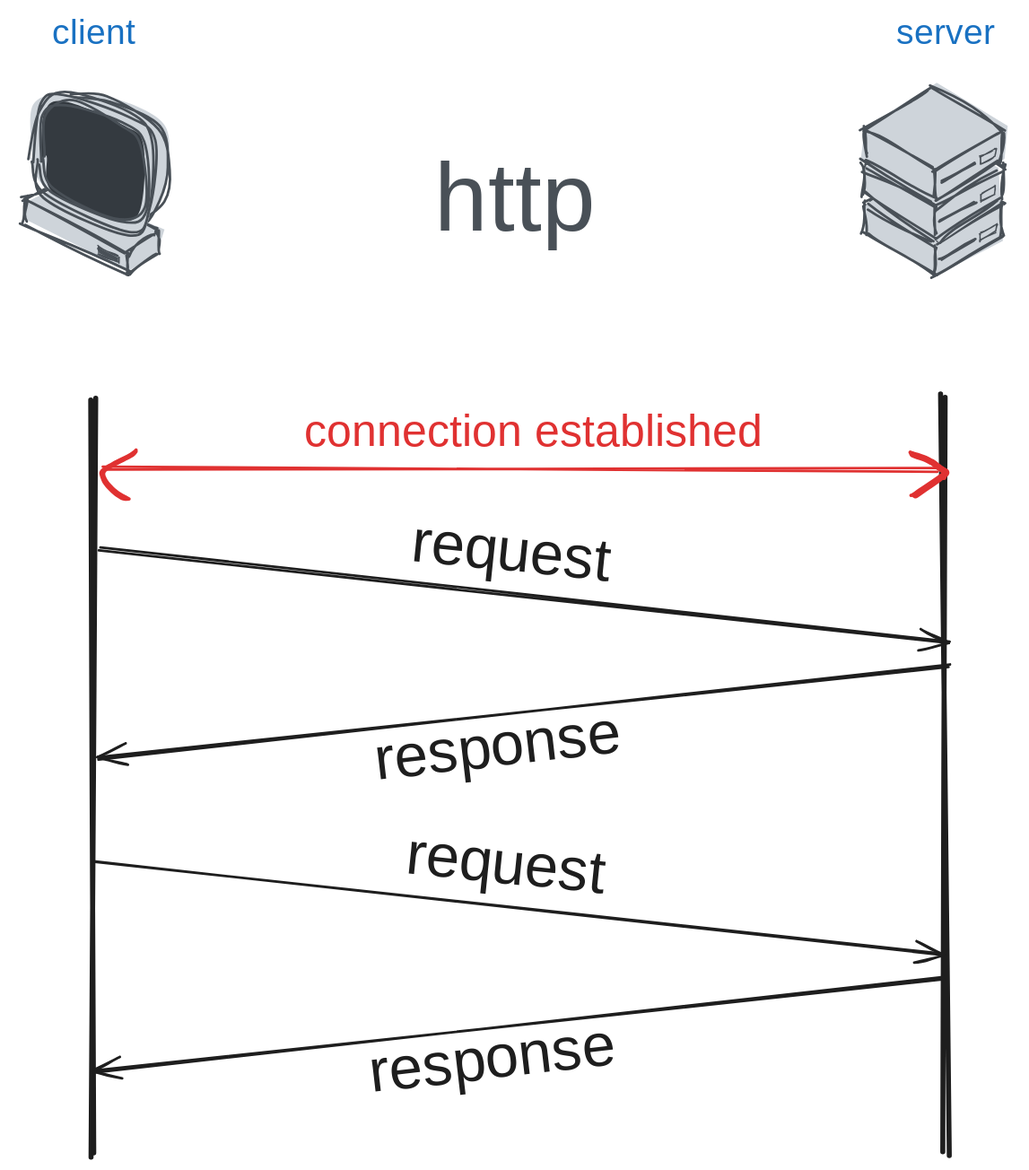
The Excalidraw diagram notebooks/media/timeline-http.excalidraw.svg in ue22-p25/backend, before a commit. Source tidied: one line per element, renumbered; positions are measured from the earlier drawing's top-left corner, leaving out a move shared by most shapes.
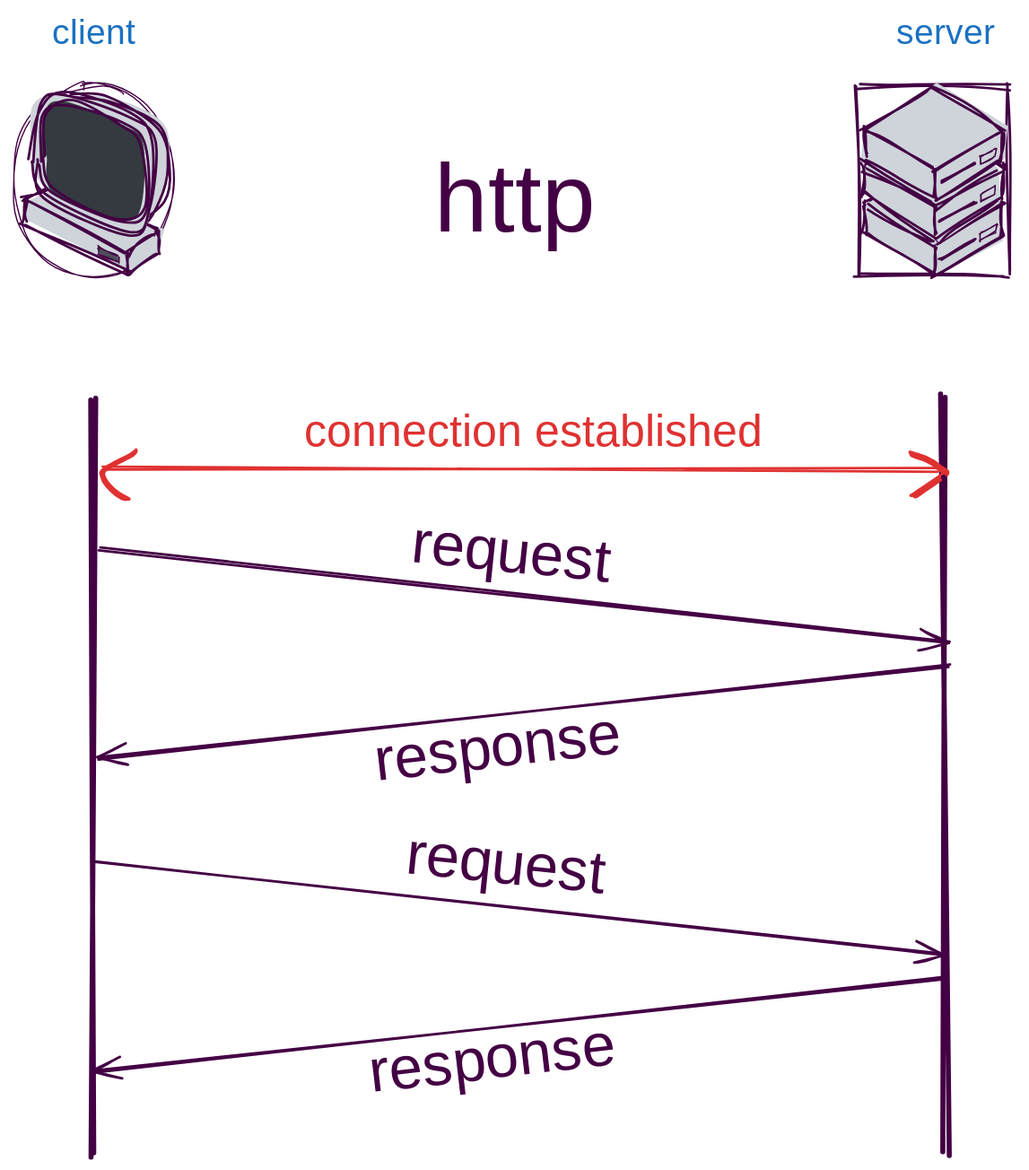
Above is the later version.

The edit, as a diff of the source:
```diff
@@ -1,42 +1,42 @@
-{"id": 0, "type": "line", "strokeColor": "#1e1e1e", "backgroundColor": "#e3fafc", "fillStyle": "cross-hatch", "strokeWidth": 4, "roughness": 2, "round": true, "x": 65, "y": 306, "width": 0, "height": 602, "points": [[0, 0], [0, 602]]}
+{"id": 0, "type": "line", "strokeColor": "#404", "backgroundColor": "#e3fafc", "fillStyle": "cross-hatch", "strokeWidth": 4, "roughness": 2, "round": true, "x": 65, "y": 306, "width": 0, "height": 602, "points": [[0, 0], [0, 602]]}
-{"id": 1, "type": "ellipse", "strokeColor": "transparent", "strokeWidth": 1, "roughness": 2, "x": 0, "y": 56, "width": 129, "height": 156}
+{"id": 1, "type": "ellipse", "strokeColor": "#404", "strokeWidth": 1, "roughness": 2, "x": 0, "y": 56, "width": 129, "height": 156}
-{"id": 2, "type": "line", "strokeColor": "#495057", "backgroundColor": "#ced4da", "fillStyle": "solid", "strokeWidth": 2, "roughness": 2, "x": 9, "y": 149, "width": 108, "height": 74, "points": [[0, 0], [0, 19], [83, 61], [107, 44], [108, 25], [28, -13], [0, 0]]}
+{"id": 2, "type": "line", "strokeColor": "#404", "backgroundColor": "#ced4da", "fillStyle": "solid", "strokeWidth": 2, "roughness": 2, "x": 9, "y": 149, "width": 108, "height": 74, "points": [[0, 0], [0, 19], [83, 61], [107, 44], [108, 25], [28, -13], [0, 0]]}
-{"id": 3, "type": "line", "strokeColor": "#495057", "backgroundColor": "#ced4da", "fillStyle": "solid", "strokeWidth": 2, "roughness": 2, "x": 11, "y": 149, "width": 104, "height": 42, "points": [[0, 0], [80, 42], [104, 24]]}
+{"id": 3, "type": "line", "strokeColor": "#404", "backgroundColor": "#ced4da", "fillStyle": "solid", "strokeWidth": 2, "roughness": 2, "x": 11, "y": 149, "width": 104, "height": 42, "points": [[0, 0], [80, 42], [104, 24]]}
-{"id": 4, "type": "line", "strokeColor": "#495057", "backgroundColor": "#ced4da", "fillStyle": "solid", "strokeWidth": 2, "roughness": 2, "x": 92, "y": 209, "width": 0, "height": 16, "points": [[0, 0], [0, -16]]}
+{"id": 4, "type": "line", "strokeColor": "#404", "backgroundColor": "#ced4da", "fillStyle": "solid", "strokeWidth": 2, "roughness": 2, "x": 92, "y": 209, "width": 0, "height": 16, "points": [[0, 0], [0, -16]]}
-{"id": 5, "type": "line", "strokeColor": "#495057", "backgroundColor": "#ced4da", "fillStyle": "solid", "strokeWidth": 2, "roughness": 2, "round": true, "x": 44, "y": 65, "width": 78, "height": 104, "points": [[0, 0], [35, 5], [72, 26], [78, 59], [75, 86], [58, 104], [42, 95], [2, 40], [1, 7]]}
+{"id": 5, "type": "line", "strokeColor": "#404", "backgroundColor": "#ced4da", "fillStyle": "solid", "strokeWidth": 2, "roughness": 2, "round": true, "x": 44, "y": 65, "width": 78, "height": 104, "points": [[0, 0], [35, 5], [72, 26], [78, 59], [75, 86], [58, 104], [42, 95], [2, 40], [1, 7]]}
-{"id": 6, "type": "line", "strokeColor": "#495057", "backgroundColor": "#ced4da", "fillStyle": "solid", "strokeWidth": 2, "roughness": 2, "round": true, "x": 17, "y": 118, "width": 96, "height": 111, "points": [[0, 0], [9, 28], [75, 58], [95, 40], [96, -16], [77, -34], [27, -53], [4, -43], [0, 0]]}
+{"id": 6, "type": "line", "strokeColor": "#404", "backgroundColor": "#ced4da", "fillStyle": "solid", "strokeWidth": 2, "roughness": 2, "round": true, "x": 17, "y": 118, "width": 96, "height": 111, "points": [[0, 0], [9, 28], [75, 58], [95, 40], [96, -16], [77, -34], [27, -53], [4, -43], [0, 0]]}
-{"id": 7, "type": "line", "strokeColor": "#495057", "backgroundColor": "#343a40", "fillStyle": "solid", "strokeWidth": 2, "roughness": 2, "round": true, "x": 23, "y": 117, "width": 81, "height": 93, "points": [[0, 0], [7, 24], [60, 48], [81, 38], [81, -10], [65, -29], [23, -45], [3, -36], [0, 0]]}
+{"id": 7, "type": "line", "strokeColor": "#404", "backgroundColor": "#343a40", "fillStyle": "solid", "strokeWidth": 2, "roughness": 2, "round": true, "x": 23, "y": 117, "width": 81, "height": 93, "points": [[0, 0], [7, 24], [60, 48], [81, 38], [81, -10], [65, -29], [23, -45], [3, -36], [0, 0]]}
-{"id": 8, "type": "line", "strokeColor": "#495057", "backgroundColor": "#495057", "fillStyle": "solid", "strokeWidth": 1, "roughness": 2, "x": 68, "y": 187, "width": 16, "height": 13, "points": [[0, 0], [16, 8], [16, 13], [0, 5], [0, 0]]}
+{"id": 8, "type": "line", "strokeColor": "#404", "backgroundColor": "#495057", "fillStyle": "solid", "strokeWidth": 1, "roughness": 2, "x": 68, "y": 187, "width": 16, "height": 13, "points": [[0, 0], [16, 8], [16, 13], [0, 5], [0, 0]]}
-{"id": 9, "type": "rectangle", "strokeColor": "#0000", "backgroundColor": "#0000", "fillStyle": "solid", "strokeWidth": 2, "roughness": 2, "x": 673, "y": 58, "width": 119, "height": 150}
+{"id": 9, "type": "rectangle", "strokeColor": "#404", "backgroundColor": "#0000", "fillStyle": "solid", "strokeWidth": 2, "roughness": 2, "x": 673, "y": 58, "width": 119, "height": 150}
-{"id": 10, "type": "line", "strokeColor": "#495057", "backgroundColor": "#ced4da", "fillStyle": "solid", "strokeWidth": 2, "roughness": 2, "x": 679, "y": 153, "width": 110, "height": 90, "points": [[0, 0], [0, 23], [56, 57], [108, 26], [110, 0], [54, -34], [0, 0]]}
+{"id": 10, "type": "line", "strokeColor": "#404", "backgroundColor": "#ced4da", "fillStyle": "solid", "strokeWidth": 2, "roughness": 2, "x": 679, "y": 153, "width": 110, "height": 90, "points": [[0, 0], [0, 23], [56, 57], [108, 26], [110, 0], [54, -34], [0, 0]]}
-{"id": 11, "type": "line", "strokeColor": "#495057", "backgroundColor": "#ced4da", "fillStyle": "solid", "strokeWidth": 2, "roughness": 2, "x": 735, "y": 207, "width": 0, "height": 22, "points": [[0, 0], [0, -22]]}
+{"id": 11, "type": "line", "strokeColor": "#404", "backgroundColor": "#ced4da", "fillStyle": "solid", "strokeWidth": 2, "roughness": 2, "x": 735, "y": 207, "width": 0, "height": 22, "points": [[0, 0], [0, -22]]}
-{"id": 12, "type": "line", "strokeColor": "#495057", "backgroundColor": "#ced4da", "fillStyle": "solid", "strokeWidth": 2, "roughness": 2, "x": 680, "y": 153, "width": 108, "height": 32, "points": [[0, 0], [55, 32], [108, 2]]}
+{"id": 12, "type": "line", "strokeColor": "#404", "backgroundColor": "#ced4da", "fillStyle": "solid", "strokeWidth": 2, "roughness": 2, "x": 680, "y": 153, "width": 108, "height": 32, "points": [[0, 0], [55, 32], [108, 2]]}
-{"id": 13, "type": "line", "strokeColor": "#495057", "backgroundColor": "#ced4da", "fillStyle": "solid", "strokeWidth": 2, "roughness": 2, "x": 740, "y": 196, "width": 26, "height": 15, "points": [[0, 0], [26, -15]]}
+{"id": 13, "type": "line", "strokeColor": "#404", "backgroundColor": "#ced4da", "fillStyle": "solid", "strokeWidth": 2, "roughness": 2, "x": 740, "y": 196, "width": 26, "height": 15, "points": [[0, 0], [26, -15]]}
-{"id": 14, "type": "line", "strokeColor": "#495057", "backgroundColor": "#ced4da", "fillStyle": "solid", "strokeWidth": 1, "roughness": 2, "x": 770, "y": 176, "width": 13, "height": 14, "points": [[0, 0], [0, 6], [12, -2], [13, -8], [0, 0]]}
+{"id": 14, "type": "line", "strokeColor": "#404", "backgroundColor": "#ced4da", "fillStyle": "solid", "strokeWidth": 1, "roughness": 2, "x": 770, "y": 176, "width": 13, "height": 14, "points": [[0, 0], [0, 6], [12, -2], [13, -8], [0, 0]]}
-{"id": 15, "type": "line", "strokeColor": "#495057", "backgroundColor": "#ced4da", "fillStyle": "solid", "strokeWidth": 2, "roughness": 2, "x": 679, "y": 122, "width": 110, "height": 90, "points": [[0, 0], [0, 23], [56, 57], [108, 26], [110, 0], [54, -34], [0, 0]]}
+{"id": 15, "type": "line", "strokeColor": "#404", "backgroundColor": "#ced4da", "fillStyle": "solid", "strokeWidth": 2, "roughness": 2, "x": 679, "y": 122, "width": 110, "height": 90, "points": [[0, 0], [0, 23], [56, 57], [108, 26], [110, 0], [54, -34], [0, 0]]}
-{"id": 16, "type": "line", "strokeColor": "#495057", "backgroundColor": "#ced4da", "fillStyle": "solid", "strokeWidth": 2, "roughness": 2, "x": 735, "y": 177, "width": 0, "height": 22, "points": [[0, 0], [0, -22]]}
+{"id": 16, "type": "line", "strokeColor": "#404", "backgroundColor": "#ced4da", "fillStyle": "solid", "strokeWidth": 2, "roughness": 2, "x": 735, "y": 177, "width": 0, "height": 22, "points": [[0, 0], [0, -22]]}
-{"id": 17, "type": "line", "strokeColor": "#495057", "backgroundColor": "#ced4da", "fillStyle": "solid", "strokeWidth": 2, "roughness": 2, "x": 679, "y": 123, "width": 108, "height": 32, "points": [[0, 0], [55, 32], [108, 2]]}
+{"id": 17, "type": "line", "strokeColor": "#404", "backgroundColor": "#ced4da", "fillStyle": "solid", "strokeWidth": 2, "roughness": 2, "x": 679, "y": 123, "width": 108, "height": 32, "points": [[0, 0], [55, 32], [108, 2]]}
-{"id": 18, "type": "line", "strokeColor": "#495057", "backgroundColor": "#ced4da", "fillStyle": "solid", "strokeWidth": 2, "roughness": 2, "x": 739, "y": 166, "width": 27, "height": 15, "points": [[0, 0], [27, -15]]}
+{"id": 18, "type": "line", "strokeColor": "#404", "backgroundColor": "#ced4da", "fillStyle": "solid", "strokeWidth": 2, "roughness": 2, "x": 739, "y": 166, "width": 27, "height": 15, "points": [[0, 0], [27, -15]]}
-{"id": 19, "type": "line", "strokeColor": "#495057", "backgroundColor": "#ced4da", "fillStyle": "solid", "strokeWidth": 1, "roughness": 2, "x": 771, "y": 145, "width": 11, "height": 13, "points": [[0, 0], [0, 6], [11, -1], [11, -7], [0, 0]]}
+{"id": 19, "type": "line", "strokeColor": "#404", "backgroundColor": "#ced4da", "fillStyle": "solid", "strokeWidth": 1, "roughness": 2, "x": 771, "y": 145, "width": 11, "height": 13, "points": [[0, 0], [0, 6], [11, -1], [11, -7], [0, 0]]}
-{"id": 20, "type": "line", "strokeColor": "#495057", "backgroundColor": "#ced4da", "fillStyle": "solid", "strokeWidth": 2, "roughness": 2, "x": 678, "y": 92, "width": 110, "height": 90, "points": [[0, 0], [0, 23], [56, 57], [108, 26], [110, 0], [54, -34], [0, 0]]}
+{"id": 20, "type": "line", "strokeColor": "#404", "backgroundColor": "#ced4da", "fillStyle": "solid", "strokeWidth": 2, "roughness": 2, "x": 678, "y": 92, "width": 110, "height": 90, "points": [[0, 0], [0, 23], [56, 57], [108, 26], [110, 0], [54, -34], [0, 0]]}
-{"id": 21, "type": "line", "strokeColor": "#495057", "backgroundColor": "#ced4da", "fillStyle": "solid", "strokeWidth": 2, "roughness": 2, "x": 734, "y": 147, "width": 0, "height": 22, "points": [[0, 0], [0, -22]]}
+{"id": 21, "type": "line", "strokeColor": "#404", "backgroundColor": "#ced4da", "fillStyle": "solid", "strokeWidth": 2, "roughness": 2, "x": 734, "y": 147, "width": 0, "height": 22, "points": [[0, 0], [0, -22]]}
-{"id": 22, "type": "line", "strokeColor": "#495057", "backgroundColor": "#ced4da", "fillStyle": "solid", "strokeWidth": 2, "roughness": 2, "x": 679, "y": 93, "width": 108, "height": 32, "points": [[0, 0], [55, 32], [108, 2]]}
+{"id": 22, "type": "line", "strokeColor": "#404", "backgroundColor": "#ced4da", "fillStyle": "solid", "strokeWidth": 2, "roughness": 2, "x": 679, "y": 93, "width": 108, "height": 32, "points": [[0, 0], [55, 32], [108, 2]]}
-{"id": 23, "type": "line", "strokeColor": "#495057", "backgroundColor": "#ced4da", "fillStyle": "solid", "strokeWidth": 2, "roughness": 2, "x": 739, "y": 136, "width": 27, "height": 15, "points": [[0, 0], [27, -15]]}
+{"id": 23, "type": "line", "strokeColor": "#404", "backgroundColor": "#ced4da", "fillStyle": "solid", "strokeWidth": 2, "roughness": 2, "x": 739, "y": 136, "width": 27, "height": 15, "points": [[0, 0], [27, -15]]}
-{"id": 24, "type": "line", "strokeColor": "#495057", "backgroundColor": "#ced4da", "fillStyle": "solid", "strokeWidth": 1, "roughness": 2, "x": 771, "y": 115, "width": 12, "height": 13, "points": [[0, 0], [0, 6], [12, 0], [12, -7], [0, 0]]}
+{"id": 24, "type": "line", "strokeColor": "#404", "backgroundColor": "#ced4da", "fillStyle": "solid", "strokeWidth": 1, "roughness": 2, "x": 771, "y": 115, "width": 12, "height": 13, "points": [[0, 0], [0, 6], [12, 0], [12, -7], [0, 0]]}
 {"id": 25, "type": "text", "text": "client", "strokeColor": "#1971c2", "backgroundColor": "#e3fafc", "fillStyle": "cross-hatch", "strokeWidth": 4, "roughness": 2, "fontSize": 28, "fontFamily": 5, "textAlign": "center", "x": 8, "y": 0, "width": 113, "height": 35}
-{"id": 26, "type": "line", "strokeColor": "#1e1e1e", "backgroundColor": "#e3fafc", "fillStyle": "cross-hatch", "strokeWidth": 4, "roughness": 2, "round": true, "x": 743, "y": 306, "width": 0, "height": 602, "points": [[0, 0], [0, 602]]}
+{"id": 26, "type": "line", "strokeColor": "#404", "backgroundColor": "#e3fafc", "fillStyle": "cross-hatch", "strokeWidth": 4, "roughness": 2, "round": true, "x": 743, "y": 306, "width": 0, "height": 602, "points": [[0, 0], [0, 602]]}
 {"id": 27, "type": "text", "text": "server", "strokeColor": "#1971c2", "backgroundColor": "#e3fafc", "fillStyle": "cross-hatch", "strokeWidth": 4, "roughness": 2, "fontSize": 28, "fontFamily": 5, "textAlign": "center", "x": 687, "y": 0, "width": 113, "height": 35}
 {"id": 28, "type": "line", "strokeColor": "#e03131", "backgroundColor": "#e3fafc", "fillStyle": "cross-hatch", "strokeWidth": 2, "roughness": 2, "round": true, "x": 76, "y": 364, "width": 660, "height": 0, "points": [[0, 0], [660, 0]]}
 {"id": 29, "type": "text", "text": "connection established", "strokeColor": "#e03131", "backgroundColor": "#e3fafc", "fillStyle": "cross-hatch", "strokeWidth": 2, "roughness": 2, "fontSize": 36, "fontFamily": 5, "textAlign": "center", "x": 182, "y": 313, "width": 466, "height": 45}
 {"id": 30, "type": "freedraw", "strokeColor": "#e03131", "backgroundColor": "#e3fafc", "fillStyle": "cross-hatch", "strokeWidth": 1, "roughness": 2, "x": 98, "y": 348, "width": 27, "height": 39, "points": [[0, 0], [-1, 1], [-1, 1], [-1, 1], [-1, 1], [-1, 1], [-1, 2], [-1, 2], [-1, 2], [-3, 4], [-5, 5], [-11, 8], [-16, 10], [-20, 12], [-23, 14], [-25, 15], [-27, 17], [-27, 17], [-27, 18], [-27, 18], [-27, 18], [-27, 18], [-27, 19], [-27, 20], [-26, 21], [-26, 22], [-25, 24], [-24, 26], [-22, 28], [-20, 31], [-16, 34], [-14, 36], [-11, 38], [-9, 38], [-7, 39], [-6, 39], [-5, 39], [-5, 39], [-5, 39]]}
 {"id": 31, "type": "freedraw", "strokeColor": "#e03131", "backgroundColor": "#e3fafc", "fillStyle": "cross-hatch", "strokeWidth": 1, "roughness": 2, "x": 715, "y": 350, "width": 30, "height": 37, "points": [[0, 0], [-1, 0], [-1, 0], [-1, 0], [1, 2], [2, 2], [4, 3], [14, 6], [15, 6], [19, 9], [20, 9], [21, 11], [23, 12], [23, 12], [25, 14], [26, 14], [27, 14], [28, 15], [29, 16], [29, 16], [29, 16], [29, 16], [29, 16], [29, 16], [29, 17], [28, 18], [23, 21], [18, 24], [12, 29], [7, 32], [3, 35], [0, 37], [0, 37], [0, 36], [1, 34], [1, 34]]}
-{"id": 32, "type": "freedraw", "strokeColor": "#e03131", "backgroundColor": "#e3fafc", "fillStyle": "cross-hatch", "strokeWidth": 1, "roughness": 2, "x": 742, "y": 370, "width": 0, "height": 0, "points": [[0, 0], [0, 0], [0, 0]]}
+{"id": 32, "type": "freedraw", "strokeColor": "#404", "backgroundColor": "#e3fafc", "fillStyle": "cross-hatch", "strokeWidth": 1, "roughness": 2, "x": 742, "y": 370, "width": 0, "height": 0, "points": [[0, 0], [0, 0], [0, 0]]}
-{"id": 33, "type": "arrow", "strokeColor": "#1e1e1e", "backgroundColor": "#e3fafc", "fillStyle": "cross-hatch", "strokeWidth": 2, "roughness": 1, "endArrowhead": "arrow", "round": true, "x": 70, "y": 426, "width": 676, "height": 75, "points": [[0, 0], [676, 75]]}
+{"id": 33, "type": "arrow", "strokeColor": "#404", "backgroundColor": "#e3fafc", "fillStyle": "cross-hatch", "strokeWidth": 2, "roughness": 1, "endArrowhead": "arrow", "round": true, "x": 70, "y": 426, "width": 676, "height": 75, "points": [[0, 0], [676, 75]]}
-{"id": 34, "type": "arrow", "strokeColor": "#1e1e1e", "backgroundColor": "#e3fafc", "fillStyle": "cross-hatch", "strokeWidth": 2, "roughness": 1, "endArrowhead": "arrow", "round": true, "x": 746, "y": 520, "width": 678, "height": 74, "points": [[0, 0], [-678, 74]]}
+{"id": 34, "type": "arrow", "strokeColor": "#404", "backgroundColor": "#e3fafc", "fillStyle": "cross-hatch", "strokeWidth": 2, "roughness": 1, "endArrowhead": "arrow", "round": true, "x": 746, "y": 520, "width": 678, "height": 74, "points": [[0, 0], [-678, 74]]}
-{"id": 35, "type": "text", "text": "request", "strokeColor": "#1e1e1e", "angle": 0.1, "backgroundColor": "#e3fafc", "fillStyle": "cross-hatch", "strokeWidth": 1, "roughness": 2, "fontSize": 47.93, "fontFamily": 5, "textAlign": "center", "x": 291, "y": 402, "width": 211, "height": 60}
+{"id": 35, "type": "text", "text": "request", "strokeColor": "#404", "angle": 0.1, "backgroundColor": "#e3fafc", "fillStyle": "cross-hatch", "strokeWidth": 1, "roughness": 2, "fontSize": 47.93, "fontFamily": 5, "textAlign": "center", "x": 291, "y": 403, "width": 211, "height": 60}
-{"id": 36, "type": "text", "text": "response", "strokeColor": "#1e1e1e", "angle": 6.17, "backgroundColor": "#e3fafc", "fillStyle": "cross-hatch", "strokeWidth": 1, "roughness": 2, "fontSize": 47.93, "fontFamily": 5, "textAlign": "center", "x": 281, "y": 557, "width": 211, "height": 60}
+{"id": 36, "type": "text", "text": "response", "strokeColor": "#404", "angle": 6.17, "backgroundColor": "#e3fafc", "fillStyle": "cross-hatch", "strokeWidth": 1, "roughness": 2, "fontSize": 47.93, "fontFamily": 5, "textAlign": "center", "x": 281, "y": 558, "width": 211, "height": 60}
-{"id": 37, "type": "arrow", "strokeColor": "#1e1e1e", "backgroundColor": "#e3fafc", "fillStyle": "cross-hatch", "strokeWidth": 2, "roughness": 1, "endArrowhead": "arrow", "round": true, "x": 65, "y": 675, "width": 676, "height": 75, "points": [[0, 0], [676, 75]]}
+{"id": 37, "type": "arrow", "strokeColor": "#404", "backgroundColor": "#e3fafc", "fillStyle": "cross-hatch", "strokeWidth": 2, "roughness": 1, "endArrowhead": "arrow", "round": true, "x": 65, "y": 675, "width": 676, "height": 75, "points": [[0, 0], [676, 75]]}
-{"id": 38, "type": "arrow", "strokeColor": "#1e1e1e", "backgroundColor": "#e3fafc", "fillStyle": "cross-hatch", "strokeWidth": 2, "roughness": 1, "endArrowhead": "arrow", "round": true, "x": 742, "y": 769, "width": 678, "height": 74, "points": [[0, 0], [-678, 74]]}
+{"id": 38, "type": "arrow", "strokeColor": "#404", "backgroundColor": "#e3fafc", "fillStyle": "cross-hatch", "strokeWidth": 2, "roughness": 1, "endArrowhead": "arrow", "round": true, "x": 742, "y": 769, "width": 678, "height": 74, "points": [[0, 0], [-678, 74]]}
-{"id": 39, "type": "text", "text": "request", "strokeColor": "#1e1e1e", "angle": 0.1, "backgroundColor": "#e3fafc", "fillStyle": "cross-hatch", "strokeWidth": 1, "roughness": 2, "fontSize": 47.93, "fontFamily": 5, "textAlign": "center", "x": 287, "y": 651, "width": 211, "height": 60}
+{"id": 39, "type": "text", "text": "request", "strokeColor": "#404", "angle": 0.1, "backgroundColor": "#e3fafc", "fillStyle": "cross-hatch", "strokeWidth": 1, "roughness": 2, "fontSize": 47.93, "fontFamily": 5, "textAlign": "center", "x": 287, "y": 651, "width": 211, "height": 60}
-{"id": 40, "type": "text", "text": "response", "strokeColor": "#1e1e1e", "angle": 6.17, "backgroundColor": "#e3fafc", "fillStyle": "cross-hatch", "strokeWidth": 1, "roughness": 2, "fontSize": 47.93, "fontFamily": 5, "textAlign": "center", "x": 276, "y": 806, "width": 211, "height": 60}
+{"id": 40, "type": "text", "text": "response", "strokeColor": "#404", "angle": 6.17, "backgroundColor": "#e3fafc", "fillStyle": "cross-hatch", "strokeWidth": 1, "roughness": 2, "fontSize": 47.93, "fontFamily": 5, "textAlign": "center", "x": 276, "y": 806, "width": 211, "height": 60}
-{"id": 41, "type": "text", "text": "http", "strokeColor": "#495057", "backgroundColor": "#e3fafc", "fillStyle": "cross-hatch", "strokeWidth": 2, "roughness": 1, "fontSize": 76.16, "fontFamily": 5, "textAlign": "center", "x": 251, "y": 106, "width": 298, "height": 95}
+{"id": 41, "type": "text", "text": "http", "strokeColor": "#404", "backgroundColor": "#e3fafc", "fillStyle": "cross-hatch", "strokeWidth": 2, "roughness": 1, "fontSize": 76.16, "fontFamily": 5, "textAlign": "center", "x": 251, "y": 107, "width": 298, "height": 95}
```
